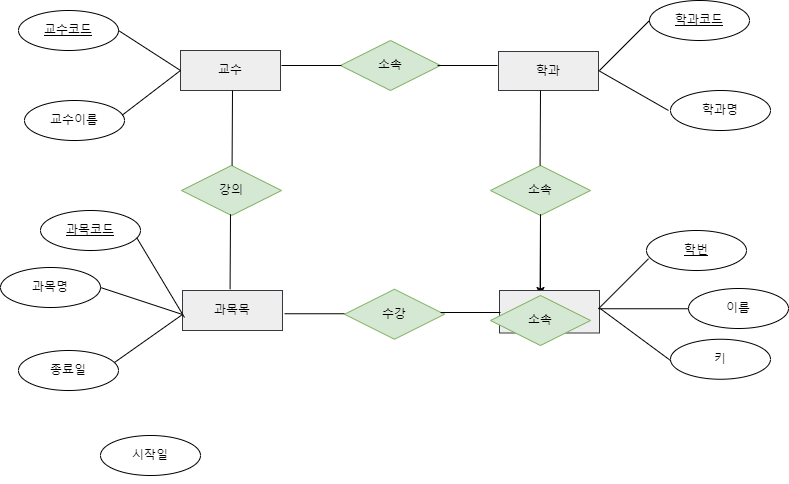
Above: 학사관리.png in YunSomee/somee (draw.io), before the change. Source tidied: cells renumbered, new cells last; positions are measured from the earlier drawing's top-left corner, leaving out a move shared by most shapes. Source of this version:
```xml
<mxGraphModel>
  <root>
    <mxCell id="0" />
    <mxCell id="1" parent="0" />
    <mxCell id="2" value="학과명" style="ellipse;whiteSpace=wrap;html=1;align=center;" parent="1" vertex="1">
      <mxGeometry x="670" y="90" width="100" height="40" as="geometry" />
    </mxCell>
    <mxCell id="3" value="학과코드" style="ellipse;whiteSpace=wrap;html=1;align=center;fontStyle=4;" parent="1" vertex="1">
      <mxGeometry x="649" width="100" height="40" as="geometry" />
    </mxCell>
    <mxCell id="4" style="edgeStyle=none;rounded=0;jettySize=auto;html=1;" parent="1" edge="1" source="5" target="26">
      <mxGeometry relative="1" as="geometry" />
    </mxCell>
    <mxCell id="5" value="학과" style="whiteSpace=wrap;html=1;align=center;fillColor=#eeeeee;strokeColor=#36393d;" parent="1" vertex="1">
      <mxGeometry x="498" y="51" width="100" height="39" as="geometry" />
    </mxCell>
    <mxCell id="6" value="이름" style="ellipse;whiteSpace=wrap;html=1;align=center;" parent="1" vertex="1">
      <mxGeometry x="688" y="288" width="100" height="40" as="geometry" />
    </mxCell>
    <mxCell id="7" value="학번" style="ellipse;whiteSpace=wrap;html=1;align=center;fontStyle=4;" parent="1" vertex="1">
      <mxGeometry x="646" y="230" width="100" height="40" as="geometry" />
    </mxCell>
    <mxCell id="8" value="교수이름" style="ellipse;whiteSpace=wrap;html=1;align=center;" parent="1" vertex="1">
      <mxGeometry x="24" y="100" width="100" height="40" as="geometry" />
    </mxCell>
    <mxCell id="9" value="교수코드" style="ellipse;whiteSpace=wrap;html=1;align=center;fontStyle=4;" parent="1" vertex="1">
      <mxGeometry x="18" y="10" width="100" height="40" as="geometry" />
    </mxCell>
    <mxCell id="10" style="edgeStyle=none;rounded=0;jettySize=auto;html=1;" parent="1" edge="1" source="11" target="42">
      <mxGeometry relative="1" as="geometry" />
    </mxCell>
    <mxCell id="11" value="소속" style="shape=rhombus;perimeter=rhombusPerimeter;whiteSpace=wrap;html=1;align=center;fillColor=#d5e8d4;strokeColor=#82b366;" parent="1" vertex="1">
      <mxGeometry x="490" y="165" width="100" height="50" as="geometry" />
    </mxCell>
    <mxCell id="12" value="학생" style="whiteSpace=wrap;html=1;align=center;fillColor=#eeeeee;strokeColor=#36393d;" parent="1" vertex="1">
      <mxGeometry x="499" y="290" width="100" height="42.5" as="geometry" />
    </mxCell>
    <mxCell id="13" value="교수" style="whiteSpace=wrap;html=1;align=center;fillColor=#eeeeee;strokeColor=#36393d;" parent="1" vertex="1">
      <mxGeometry x="180" y="50" width="100" height="40" as="geometry" />
    </mxCell>
    <mxCell id="14" value="과목목" style="whiteSpace=wrap;html=1;align=center;fillColor=#eeeeee;strokeColor=#36393d;" parent="1" vertex="1">
      <mxGeometry x="182" y="290" width="100" height="40" as="geometry" />
    </mxCell>
    <mxCell id="15" value="강의" style="shape=rhombus;perimeter=rhombusPerimeter;whiteSpace=wrap;html=1;align=center;fillColor=#d5e8d4;strokeColor=#82b366;" parent="1" vertex="1">
      <mxGeometry x="181" y="165" width="100" height="50" as="geometry" />
    </mxCell>
    <mxCell id="16" value="소속" style="shape=rhombus;perimeter=rhombusPerimeter;whiteSpace=wrap;html=1;align=center;fillColor=#d5e8d4;strokeColor=#82b366;" parent="1" vertex="1">
      <mxGeometry x="340" y="40" width="100" height="50" as="geometry" />
    </mxCell>
    <mxCell id="17" value="수강" style="shape=rhombus;perimeter=rhombusPerimeter;whiteSpace=wrap;html=1;align=center;fillColor=#d5e8d4;strokeColor=#82b366;" parent="1" vertex="1">
      <mxGeometry x="344" y="288.8" width="100" height="50" as="geometry" />
    </mxCell>
    <mxCell id="18" value="과목명" style="ellipse;whiteSpace=wrap;html=1;align=center;" parent="1" vertex="1">
      <mxGeometry y="267" width="100" height="40" as="geometry" />
    </mxCell>
    <mxCell id="19" value="과목코드" style="ellipse;whiteSpace=wrap;html=1;align=center;fontStyle=4;" parent="1" vertex="1">
      <mxGeometry x="40" y="210" width="100" height="40" as="geometry" />
    </mxCell>
    <mxCell id="20" value="종료일" style="ellipse;whiteSpace=wrap;html=1;align=center;" parent="1" vertex="1">
      <mxGeometry x="18" y="350" width="100" height="40" as="geometry" />
    </mxCell>
    <mxCell id="21" value="시작일" style="ellipse;whiteSpace=wrap;html=1;align=center;" parent="1" vertex="1">
      <mxGeometry x="100" y="435" width="100" height="40" as="geometry" />
    </mxCell>
    <mxCell id="22" style="edgeStyle=orthogonalEdgeStyle;rounded=0;orthogonalLoop=1;jettySize=auto;html=1;exitX=0.5;exitY=1;exitDx=0;exitDy=0;" parent="1" edge="1" source="14" target="14">
      <mxGeometry relative="1" as="geometry" />
    </mxCell>
    <mxCell id="23" value="키" style="ellipse;whiteSpace=wrap;html=1;align=center;" parent="1" vertex="1">
      <mxGeometry x="670" y="338.8" width="100" height="40" as="geometry" />
    </mxCell>
    <mxCell id="24" style="edgeStyle=orthogonalEdgeStyle;rounded=0;orthogonalLoop=1;jettySize=auto;html=1;exitX=0.5;exitY=1;exitDx=0;exitDy=0;" parent="1" edge="1" source="21" target="21">
      <mxGeometry relative="1" as="geometry" />
    </mxCell>
    <mxCell id="25" style="line;strokeWidth=1;dashed=0;labelPosition=right;align=left;verticalAlign=middle;spacingTop=0;spacingLeft=6;" parent="1" vertex="1">
      <mxGeometry x="284" y="308.2" width="60" height="10" as="geometry" />
    </mxCell>
    <mxCell id="26" style="line;strokeWidth=1;dashed=0;labelPosition=right;align=left;verticalAlign=middle;spacingTop=0;spacingLeft=6;points=[];portConstraint=eastwest;" parent="1" vertex="1">
      <mxGeometry x="437" y="60" width="60" height="10" as="geometry" />
    </mxCell>
    <mxCell id="27" style="line;strokeWidth=1;dashed=0;labelPosition=right;align=left;verticalAlign=middle;spacingTop=0;spacingLeft=6;" parent="1" vertex="1">
      <mxGeometry x="440" y="307" width="60" height="10" as="geometry" />
    </mxCell>
    <mxCell id="28" style="line;strokeWidth=1;dashed=0;labelPosition=right;align=left;verticalAlign=middle;spacingTop=0;spacingLeft=6;" parent="1" vertex="1">
      <mxGeometry x="281" y="60" width="60" height="10" as="geometry" />
    </mxCell>
    <mxCell id="29" style="endArrow=none;html=1;rounded=0;exitX=0.977;exitY=0.367;exitDx=0;exitDy=0;exitPerimeter=0;" parent="1" edge="1" source="8">
      <mxGeometry relative="1" as="geometry">
        <mxPoint x="180" y="70" as="targetPoint" />
      </mxGeometry>
    </mxCell>
    <mxCell id="30" style="endArrow=none;html=1;rounded=0;entryX=0;entryY=0.5;entryDx=0;entryDy=0;exitX=1;exitY=0.5;exitDx=0;exitDy=0;" parent="1" edge="1" source="9" target="13">
      <mxGeometry relative="1" as="geometry" />
    </mxCell>
    <mxCell id="31" style="endArrow=none;html=1;rounded=0;entryX=1;entryY=0.5;entryDx=0;entryDy=0;" parent="1" edge="1" target="18">
      <mxGeometry relative="1" as="geometry">
        <mxPoint x="114.6" y="361.6" as="sourcePoint" />
        <Array as="points">
          <mxPoint x="182" y="314" />
        </Array>
      </mxGeometry>
    </mxCell>
    <mxCell id="32" style="endArrow=none;html=1;rounded=0;exitX=0.963;exitY=0.683;exitDx=0;exitDy=0;exitPerimeter=0;" parent="1" edge="1" source="19">
      <mxGeometry relative="1" as="geometry">
        <mxPoint x="184" y="317" as="targetPoint" />
      </mxGeometry>
    </mxCell>
    <mxCell id="33" style="endArrow=none;html=1;rounded=0;" parent="1" edge="1">
      <mxGeometry relative="1" as="geometry">
        <mxPoint x="599" y="70" as="sourcePoint" />
        <mxPoint x="649" y="20" as="targetPoint" />
      </mxGeometry>
    </mxCell>
    <mxCell id="34" style="endArrow=none;html=1;rounded=0;" parent="1" edge="1">
      <mxGeometry relative="1" as="geometry">
        <mxPoint x="598" y="70" as="sourcePoint" />
        <mxPoint x="668" y="110" as="targetPoint" />
      </mxGeometry>
    </mxCell>
    <mxCell id="35" style="edgeStyle=none;rounded=0;orthogonalLoop=1;jettySize=auto;html=1;exitX=0.5;exitY=0;exitDx=0;exitDy=0;" parent="1" edge="1" source="6" target="6">
      <mxGeometry relative="1" as="geometry" />
    </mxCell>
    <mxCell id="36" style="endArrow=none;html=1;rounded=0;" parent="1" edge="1">
      <mxGeometry relative="1" as="geometry">
        <mxPoint x="598" y="308.2" as="sourcePoint" />
        <mxPoint x="648" y="258.2" as="targetPoint" />
      </mxGeometry>
    </mxCell>
    <mxCell id="37" style="endArrow=none;html=1;rounded=0;" parent="1" edge="1">
      <mxGeometry relative="1" as="geometry">
        <mxPoint x="598" y="308.2" as="sourcePoint" />
        <mxPoint x="688" y="308.2" as="targetPoint" />
      </mxGeometry>
    </mxCell>
    <mxCell id="38" style="endArrow=none;html=1;rounded=0;" parent="1" edge="1">
      <mxGeometry relative="1" as="geometry">
        <mxPoint x="600" y="308.2" as="sourcePoint" />
        <mxPoint x="670" y="360" as="targetPoint" />
      </mxGeometry>
    </mxCell>
    <mxCell id="39" style="endArrow=none;html=1;rounded=0;" parent="1" edge="1">
      <mxGeometry relative="1" as="geometry">
        <mxPoint x="231.6" y="165" as="sourcePoint" />
        <mxPoint x="232" y="90" as="targetPoint" />
      </mxGeometry>
    </mxCell>
    <mxCell id="40" style="endArrow=none;html=1;rounded=0;" parent="1" edge="1">
      <mxGeometry relative="1" as="geometry">
        <mxPoint x="229.6" y="288.8" as="sourcePoint" />
        <mxPoint x="230" y="213.8" as="targetPoint" />
      </mxGeometry>
    </mxCell>
    <mxCell id="41" style="endArrow=none;html=1;rounded=0;" parent="1" edge="1">
      <mxGeometry relative="1" as="geometry">
        <mxPoint x="539.6" y="288.8" as="sourcePoint" />
        <mxPoint x="540" y="213.8" as="targetPoint" />
      </mxGeometry>
    </mxCell>
    <mxCell id="42" value="소속" style="shape=rhombus;perimeter=rhombusPerimeter;whiteSpace=wrap;html=1;align=center;fillColor=#d5e8d4;strokeColor=#82b366;" parent="1" vertex="1">
      <mxGeometry x="490" y="295" width="100" height="50" as="geometry" />
    </mxCell>
    <mxCell id="43" style="endArrow=none;html=1;rounded=0;" parent="1" edge="1">
      <mxGeometry relative="1" as="geometry">
        <mxPoint x="539.6" y="165" as="sourcePoint" />
        <mxPoint x="540" y="90" as="targetPoint" />
      </mxGeometry>
    </mxCell>
  </root>
</mxGraphModel>
```
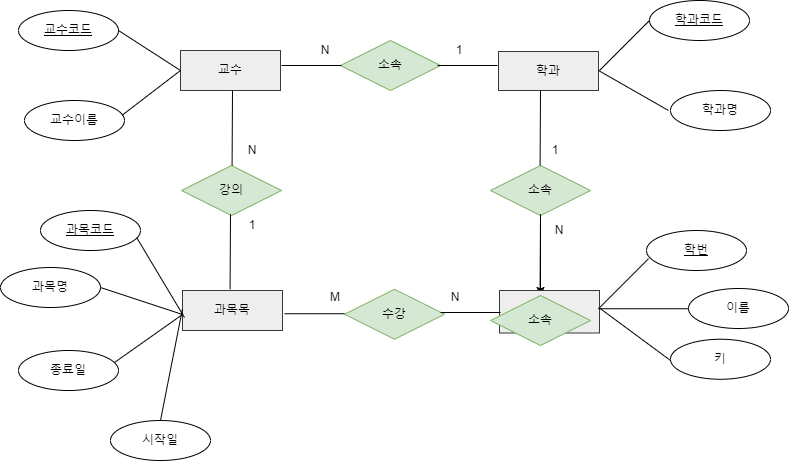
Above is the later version.

Commit message:
학사관리.png 업데이트

The edit, as a diff of the source:
```diff
@@ -60,7 +60,7 @@
       <mxGeometry x="18" y="350" width="100" height="40" as="geometry" />
     </mxCell>
     <mxCell id="21" value="시작일" style="ellipse;whiteSpace=wrap;html=1;align=center;" parent="1" vertex="1">
-      <mxGeometry x="100" y="435" width="100" height="40" as="geometry" />
+      <mxGeometry x="110" y="420" width="100" height="40" as="geometry" />
     </mxCell>
     <mxCell id="22" style="edgeStyle=orthogonalEdgeStyle;rounded=0;orthogonalLoop=1;jettySize=auto;html=1;exitX=0.5;exitY=1;exitDx=0;exitDy=0;" parent="1" edge="1" source="14" target="14">
       <mxGeometry relative="1" as="geometry" />
@@ -164,5 +164,34 @@
         <mxPoint x="540" y="90" as="targetPoint" />
       </mxGeometry>
     </mxCell>
+    <mxCell id="44" style="endArrow=none;html=1;rounded=0;exitX=0.5;exitY=0;exitDx=0;exitDy=0;" parent="1" edge="1" source="21">
+      <mxGeometry relative="1" as="geometry">
+        <mxPoint x="182" y="308.2" as="targetPoint" />
+      </mxGeometry>
+    </mxCell>
+    <mxCell id="45" value="N" style="text;strokeColor=none;align=center;fillColor=none;html=1;verticalAlign=middle;whiteSpace=wrap;rounded=0;" parent="1" vertex="1">
+      <mxGeometry x="310" y="40" width="30" height="20" as="geometry" />
+    </mxCell>
+    <mxCell id="46" value="1" style="text;strokeColor=none;align=center;fillColor=none;html=1;verticalAlign=middle;whiteSpace=wrap;rounded=0;" parent="1" vertex="1">
+      <mxGeometry x="540" y="140" width="30" height="20" as="geometry" />
+    </mxCell>
+    <mxCell id="47" value="1" style="text;strokeColor=none;align=center;fillColor=none;html=1;verticalAlign=middle;whiteSpace=wrap;rounded=0;" parent="1" vertex="1">
+      <mxGeometry x="444" y="40" width="30" height="20" as="geometry" />
+    </mxCell>
+    <mxCell id="48" value="1" style="text;strokeColor=none;align=center;fillColor=none;html=1;verticalAlign=middle;whiteSpace=wrap;rounded=0;" parent="1" vertex="1">
+      <mxGeometry x="237" y="215" width="30" height="20" as="geometry" />
+    </mxCell>
+    <mxCell id="49" value="N" style="text;strokeColor=none;align=center;fillColor=none;html=1;verticalAlign=middle;whiteSpace=wrap;rounded=0;" parent="1" vertex="1">
+      <mxGeometry x="237" y="140" width="30" height="20" as="geometry" />
+    </mxCell>
+    <mxCell id="50" value="N" style="text;strokeColor=none;align=center;fillColor=none;html=1;verticalAlign=middle;whiteSpace=wrap;rounded=0;" parent="1" vertex="1">
+      <mxGeometry x="544" y="220" width="30" height="20" as="geometry" />
+    </mxCell>
+    <mxCell id="51" value="N" style="text;strokeColor=none;align=center;fillColor=none;html=1;verticalAlign=middle;whiteSpace=wrap;rounded=0;" parent="1" vertex="1">
+      <mxGeometry x="440" y="287" width="30" height="20" as="geometry" />
+    </mxCell>
+    <mxCell id="52" value="M" style="text;strokeColor=none;align=center;fillColor=none;html=1;verticalAlign=middle;whiteSpace=wrap;rounded=0;" parent="1" vertex="1">
+      <mxGeometry x="320" y="287" width="30" height="20" as="geometry" />
+    </mxCell>
   </root>
 </mxGraphModel>
```
